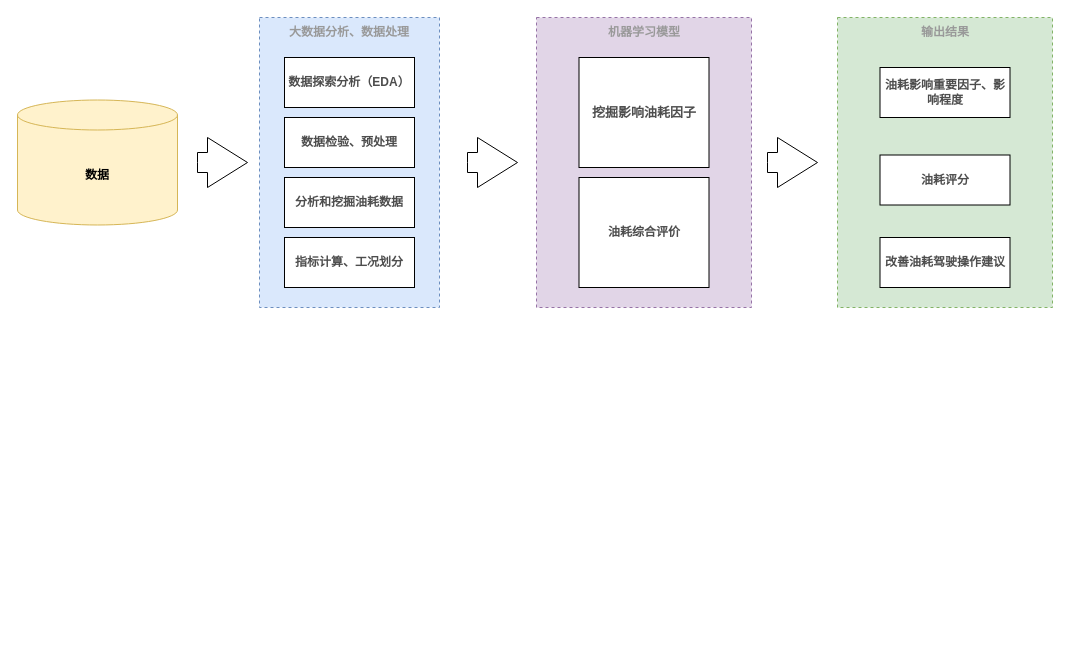
Max-yuki/share keeps this draw.io diagram as dfcv.drawio. Above is the earlier version. Source tidied: cells renumbered, new cells numbered last; positions are measured from the earlier drawing's top-left corner, leaving out a move shared by most shapes. Both pictures are drawn from the tidied source at 100%, with x=0, y=0 at pixel (17, 17).
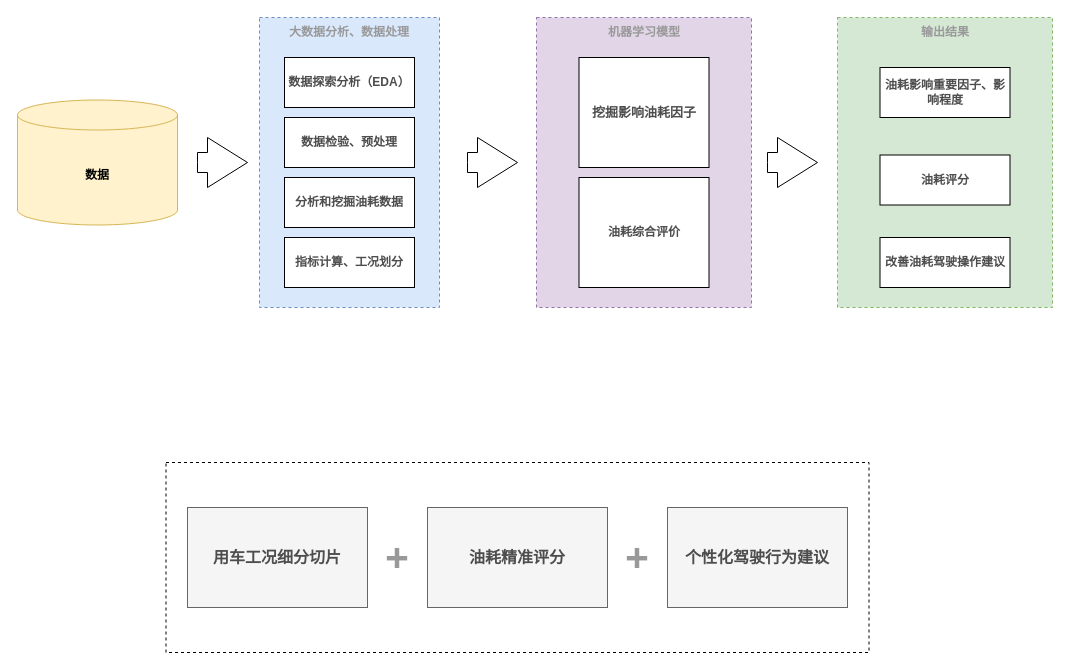
The same page after the edit.

What changed in the source:
```diff
@@
+    <mxCell id="21" style="rounded=0;whiteSpace=wrap;html=1;dashed=1;fontFamily=Tahoma;fontSize=42;fontColor=#999999;" parent="1" vertex="1">
+      <mxGeometry x="148.5" y="445" width="703" height="190" as="geometry" />
+    </mxCell>
@@
+    <mxCell id="22" value="用车工况细分切片" style="rounded=0;whiteSpace=wrap;html=1;fontStyle=1;fontSize=16;fillColor=#f5f5f5;strokeColor=#666666;fontColor=#4D4D4D;fontFamily=Tahoma;" parent="1" vertex="1">
+      <mxGeometry x="170" y="490" width="180" height="100" as="geometry" />
+    </mxCell>
+    <mxCell id="23" value="油耗精准评分" style="rounded=0;whiteSpace=wrap;html=1;fontStyle=1;fontSize=16;fillColor=#f5f5f5;strokeColor=#666666;fontColor=#4D4D4D;fontFamily=Tahoma;" parent="1" vertex="1">
+      <mxGeometry x="410" y="490" width="180" height="100" as="geometry" />
+    </mxCell>
+    <mxCell id="24" value="个性化驾驶行为建议" style="rounded=0;whiteSpace=wrap;html=1;fontStyle=1;fontSize=16;fillColor=#f5f5f5;strokeColor=#666666;fontColor=#4D4D4D;fontFamily=Tahoma;" parent="1" vertex="1">
+      <mxGeometry x="650" y="490" width="180" height="100" as="geometry" />
+    </mxCell>
+    <mxCell id="25" value="&lt;font color=&quot;#999999&quot;&gt;+&lt;/font&gt;" style="text;html=1;strokeColor=none;fillColor=none;align=center;verticalAlign=middle;whiteSpace=wrap;rounded=0;dashed=1;fontSize=42;fontColor=#4D4D4D;fontStyle=1;fontFamily=Tahoma;" parent="1" vertex="1">
+      <mxGeometry x="350" y="525" width="60" height="30" as="geometry" />
+    </mxCell>
+    <mxCell id="26" value="&lt;font color=&quot;#999999&quot;&gt;+&lt;/font&gt;" style="text;html=1;strokeColor=none;fillColor=none;align=center;verticalAlign=middle;whiteSpace=wrap;rounded=0;dashed=1;fontSize=42;fontColor=#4D4D4D;fontStyle=1;fontFamily=Tahoma;" parent="1" vertex="1">
+      <mxGeometry x="590" y="525" width="60" height="30" as="geometry" />
+    </mxCell>
```
